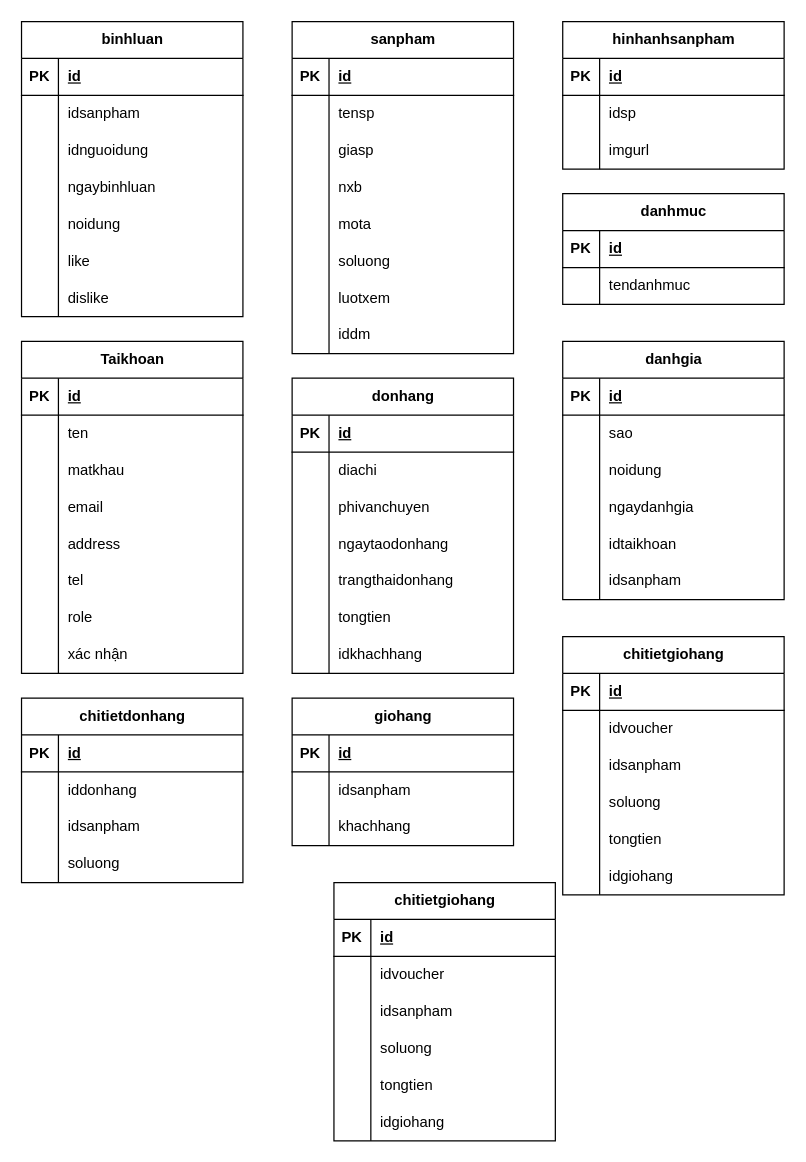
The draw.io diagram Biểu đồ không có tiêu đề.drawio in luonggg1124/test1, before the edit. Source tidied: cells renumbered, new cells numbered last; positions are measured from the earlier drawing's top-left corner, leaving out a move shared by most shapes. Both pictures are drawn from the tidied source at 123%, with x=0, y=0 at pixel (21, 21).
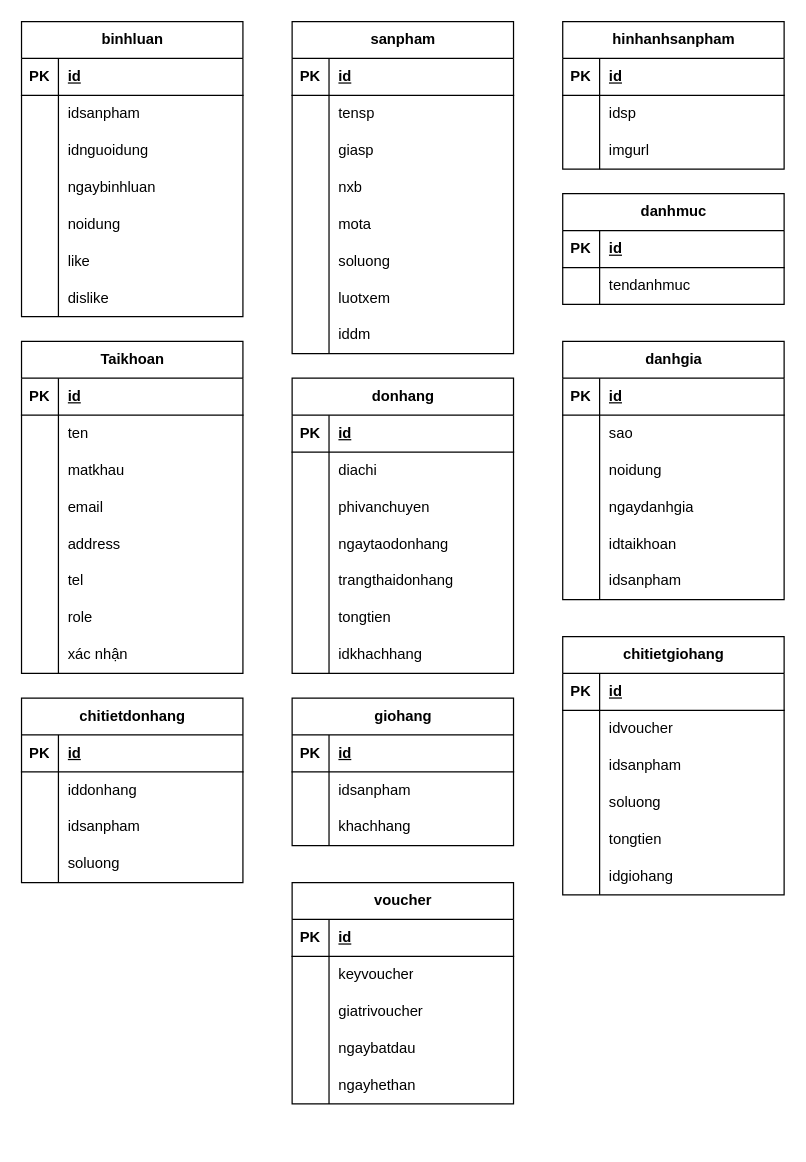
After the change.

The change refers to these unchanged cells:
```xml
<mxCell id="178" style="shape=tableRow;horizontal=0;startSize=0;swimlaneHead=0;swimlaneBody=0;fillColor=none;top=0;left=0;right=0;bottom=0;" parent="174" vertex="1">
  <mxGeometry y="60" width="180" height="30" as="geometry" />
</mxCell>
<mxCell id="181" style="shape=tableRow;horizontal=0;startSize=0;swimlaneHead=0;swimlaneBody=0;fillColor=none;top=0;left=0;right=0;bottom=0;" parent="174" vertex="1">
  <mxGeometry y="90" width="180" height="30" as="geometry" />
</mxCell>
<mxCell id="184" style="shape=tableRow;horizontal=0;startSize=0;swimlaneHead=0;swimlaneBody=0;fillColor=none;top=0;left=0;right=0;bottom=0;" parent="174" vertex="1">
  <mxGeometry y="120" width="180" height="30" as="geometry" />
</mxCell>
<mxCell id="187" style="shape=tableRow;horizontal=0;startSize=0;swimlaneHead=0;swimlaneBody=0;fillColor=none;top=0;left=0;right=0;bottom=0;" parent="174" vertex="1">
  <mxGeometry y="150" width="180" height="30" as="geometry" />
</mxCell>
```

The edit, as a diff of the source:
```diff
@@
-    <mxCell id="174" value="chitietgiohang" style="shape=table;startSize=30;childLayout=tableLayout;rowLines=0;fontStyle=1;align=center;html=1;" parent="1" vertex="1">
-      <mxGeometry x="254" y="700" width="180" height="210" as="geometry" />
+    <mxCell id="174" value="voucher" style="shape=table;startSize=30;childLayout=tableLayout;rowLines=0;fontStyle=1;align=center;html=1;" parent="1" vertex="1">
+      <mxGeometry x="220" y="700" width="180" height="180" as="geometry" />
     </mxCell>
@@
-    <mxCell id="180" value="idvoucher" style="shape=partialRectangle;fillColor=none;top=0;left=0;bottom=0;right=0;align=left;spacingLeft=6;overflow=hidden;whiteSpace=wrap;html=1;" parent="178" vertex="1">
+    <mxCell id="180" value="keyvoucher" style="shape=partialRectangle;fillColor=none;top=0;left=0;bottom=0;right=0;align=left;spacingLeft=6;overflow=hidden;whiteSpace=wrap;html=1;" parent="178" vertex="1">
       <mxGeometry x="30" width="150" height="30" as="geometry" />
     </mxCell>
@@
-    <mxCell id="183" value="idsanpham" style="shape=partialRectangle;fillColor=none;top=0;left=0;bottom=0;right=0;align=left;spacingLeft=6;overflow=hidden;whiteSpace=wrap;html=1;" parent="181" vertex="1">
+    <mxCell id="183" value="giatrivoucher" style="shape=partialRectangle;fillColor=none;top=0;left=0;bottom=0;right=0;align=left;spacingLeft=6;overflow=hidden;whiteSpace=wrap;html=1;" parent="181" vertex="1">
       <mxGeometry x="30" width="150" height="30" as="geometry" />
     </mxCell>
@@
-    <mxCell id="186" value="soluong" style="shape=partialRectangle;fillColor=none;top=0;left=0;bottom=0;right=0;align=left;spacingLeft=6;overflow=hidden;whiteSpace=wrap;html=1;" parent="184" vertex="1">
+    <mxCell id="186" value="ngaybatdau" style="shape=partialRectangle;fillColor=none;top=0;left=0;bottom=0;right=0;align=left;spacingLeft=6;overflow=hidden;whiteSpace=wrap;html=1;" parent="184" vertex="1">
       <mxGeometry x="30" width="150" height="30" as="geometry" />
     </mxCell>
@@
-    <mxCell id="189" value="tongtien" style="shape=partialRectangle;fillColor=none;top=0;left=0;bottom=0;right=0;align=left;spacingLeft=6;overflow=hidden;whiteSpace=wrap;html=1;" parent="187" vertex="1">
+    <mxCell id="189" value="ngayhethan" style="shape=partialRectangle;fillColor=none;top=0;left=0;bottom=0;right=0;align=left;spacingLeft=6;overflow=hidden;whiteSpace=wrap;html=1;" parent="187" vertex="1">
       <mxGeometry x="30" width="150" height="30" as="geometry" />
     </mxCell>
-    <mxCell id="190" style="shape=tableRow;horizontal=0;startSize=0;swimlaneHead=0;swimlaneBody=0;fillColor=none;top=0;left=0;right=0;bottom=0;" parent="174" vertex="1">
-      <mxGeometry y="180" width="180" height="30" as="geometry" />
-    </mxCell>
-    <mxCell id="191" style="shape=partialRectangle;fillColor=none;top=0;left=0;bottom=0;right=0;overflow=hidden;whiteSpace=wrap;html=1;" parent="190" vertex="1">
-      <mxGeometry width="30" height="30" as="geometry" />
-    </mxCell>
-    <mxCell id="192" value="idgiohang" style="shape=partialRectangle;fillColor=none;top=0;left=0;bottom=0;right=0;align=left;spacingLeft=6;overflow=hidden;whiteSpace=wrap;html=1;" parent="190" vertex="1">
-      <mxGeometry x="30" width="150" height="30" as="geometry" />
-    </mxCell>
```
